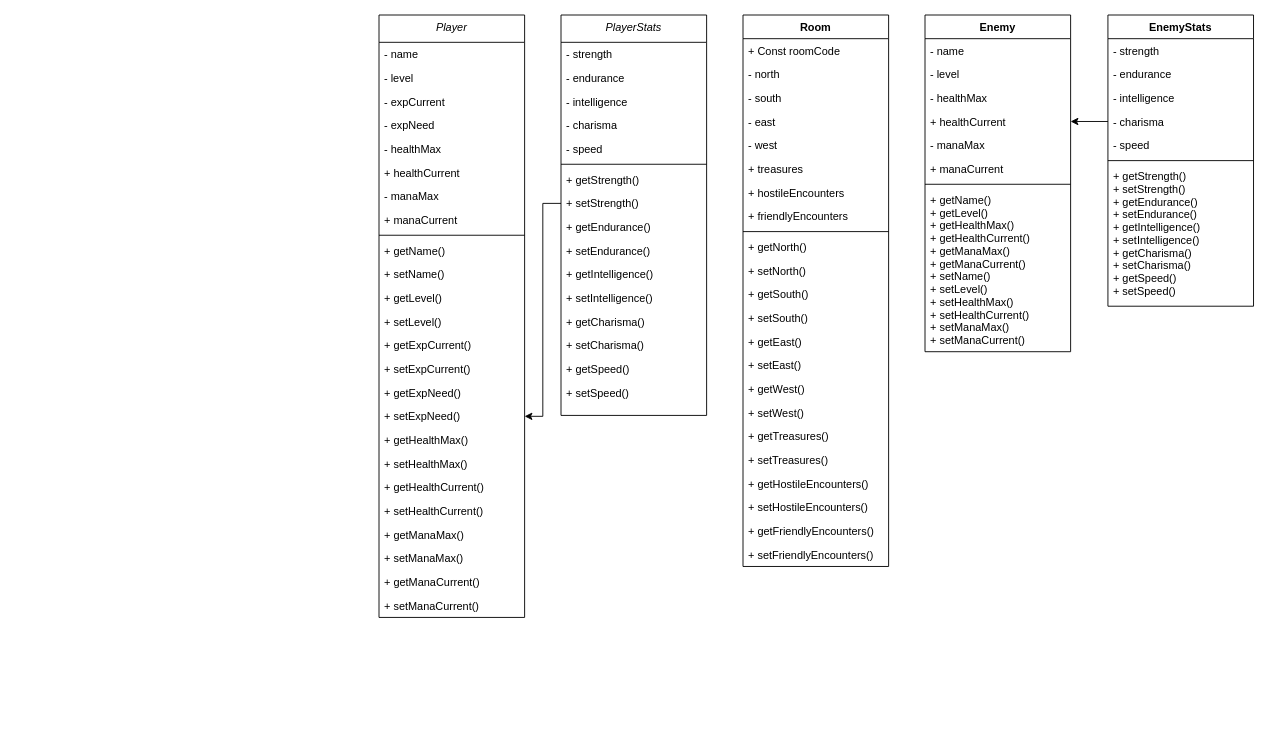
This is UML.drawio from chris-ac-malone/the-crucible-skull, a draw.io file, before an edit. Source tidied: cells renumbered, new cells numbered last; positions are measured from the earlier drawing's top-left corner, leaving out a move shared by most shapes. Both pictures are drawn from the tidied source at 91%, with x=0, y=0 at pixel (379, 15).
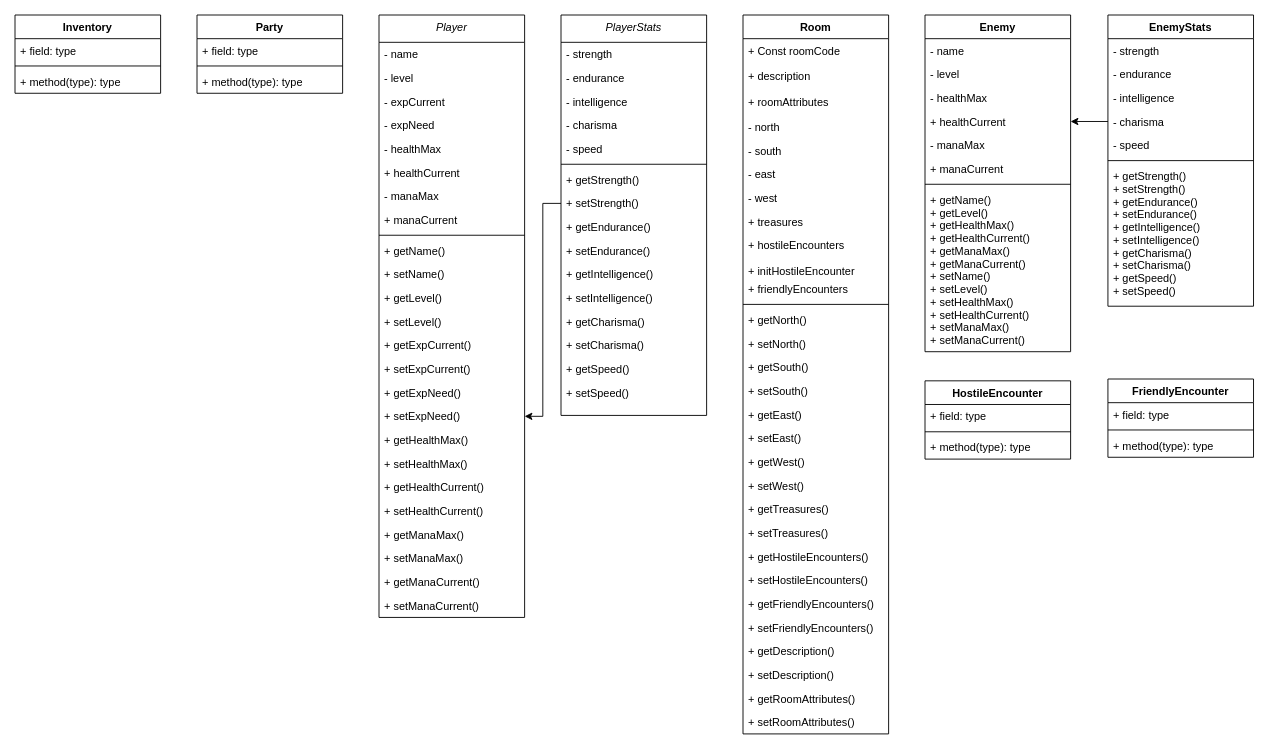
The same diagram, later.

Commit message:
Added encounter shells, inventory shell, etc

What changed in the source:
```diff
@@
     <mxCell id="4" value="Room" style="swimlane;fontStyle=1;align=center;verticalAlign=top;horizontal=1;startSize=26;" parent="1" vertex="1">
-      <mxGeometry x="400" width="160" height="606" as="geometry" />
+      <mxGeometry x="400" width="160" height="790" as="geometry" />
     </mxCell>
-    <mxCell id="5" value="+ Const roomCode" style="text;strokeColor=none;fillColor=none;align=left;verticalAlign=top;spacingLeft=4;spacingRight=4;overflow=hidden;" parent="4" vertex="1">
-      <mxGeometry y="26" width="160" height="26" as="geometry" />
+    <mxCell id="5" value="+ Const roomCode&#10;&#10;+ description&#10;&#10;+ roomAttributes" style="text;strokeColor=none;fillColor=none;align=left;verticalAlign=top;spacingLeft=4;spacingRight=4;overflow=hidden;labelBorderColor=none;" parent="4" vertex="1">
+      <mxGeometry y="26" width="160" height="84" as="geometry" />
     </mxCell>
     <mxCell id="6" value="- north" style="text;strokeColor=none;fillColor=none;align=left;verticalAlign=top;spacingLeft=4;spacingRight=4;overflow=hidden;" parent="4" vertex="1">
-      <mxGeometry y="52" width="160" height="26" as="geometry" />
+      <mxGeometry y="110" width="160" height="26" as="geometry" />
     </mxCell>
     <mxCell id="7" value="- south" style="text;strokeColor=none;fillColor=none;align=left;verticalAlign=top;spacingLeft=4;spacingRight=4;overflow=hidden;" parent="4" vertex="1">
-      <mxGeometry y="78" width="160" height="26" as="geometry" />
+      <mxGeometry y="136" width="160" height="26" as="geometry" />
     </mxCell>
     <mxCell id="8" value="- east" style="text;strokeColor=none;fillColor=none;align=left;verticalAlign=top;spacingLeft=4;spacingRight=4;overflow=hidden;" parent="4" vertex="1">
-      <mxGeometry y="104" width="160" height="26" as="geometry" />
+      <mxGeometry y="162" width="160" height="26" as="geometry" />
     </mxCell>
     <mxCell id="9" value="- west" style="text;strokeColor=none;fillColor=none;align=left;verticalAlign=top;spacingLeft=4;spacingRight=4;overflow=hidden;" parent="4" vertex="1">
-      <mxGeometry y="130" width="160" height="26" as="geometry" />
+      <mxGeometry y="188" width="160" height="26" as="geometry" />
     </mxCell>
     <mxCell id="10" value="+ treasures" style="text;strokeColor=none;fillColor=none;align=left;verticalAlign=top;spacingLeft=4;spacingRight=4;overflow=hidden;" parent="4" vertex="1">
-      <mxGeometry y="156" width="160" height="26" as="geometry" />
+      <mxGeometry y="214" width="160" height="26" as="geometry" />
     </mxCell>
-    <mxCell id="11" value="+ hostileEncounters" style="text;strokeColor=none;fillColor=none;align=left;verticalAlign=top;spacingLeft=4;spacingRight=4;overflow=hidden;" parent="4" vertex="1">
-      <mxGeometry y="182" width="160" height="26" as="geometry" />
+    <mxCell id="11" value="+ hostileEncounters&#10;&#10;+ initHostileEncounter" style="text;strokeColor=none;fillColor=none;align=left;verticalAlign=top;spacingLeft=4;spacingRight=4;overflow=hidden;" parent="4" vertex="1">
+      <mxGeometry y="240" width="160" height="48" as="geometry" />
     </mxCell>
     <mxCell id="12" value="+ friendlyEncounters" style="text;strokeColor=none;fillColor=none;align=left;verticalAlign=top;spacingLeft=4;spacingRight=4;overflow=hidden;" parent="4" vertex="1">
-      <mxGeometry y="208" width="160" height="26" as="geometry" />
+      <mxGeometry y="288" width="160" height="26" as="geometry" />
     </mxCell>
     <mxCell id="13" style="line;strokeWidth=1;fillColor=none;align=left;verticalAlign=middle;spacingTop=-1;spacingLeft=3;spacingRight=3;labelPosition=right;" parent="4" vertex="1">
-      <mxGeometry y="234" width="160" height="8" as="geometry" />
+      <mxGeometry y="314" width="160" height="8" as="geometry" />
     </mxCell>
     <mxCell id="14" value="+ getNorth()" style="text;strokeColor=none;fillColor=none;align=left;verticalAlign=top;spacingLeft=4;spacingRight=4;overflow=hidden;" parent="4" vertex="1">
-      <mxGeometry y="242" width="160" height="26" as="geometry" />
+      <mxGeometry y="322" width="160" height="26" as="geometry" />
     </mxCell>
     <mxCell id="15" value="+ setNorth()" style="text;strokeColor=none;fillColor=none;align=left;verticalAlign=top;spacingLeft=4;spacingRight=4;overflow=hidden;" parent="4" vertex="1">
-      <mxGeometry y="268" width="160" height="26" as="geometry" />
+      <mxGeometry y="348" width="160" height="26" as="geometry" />
     </mxCell>
     <mxCell id="16" value="+ getSouth()" style="text;strokeColor=none;fillColor=none;align=left;verticalAlign=top;spacingLeft=4;spacingRight=4;overflow=hidden;" parent="4" vertex="1">
-      <mxGeometry y="294" width="160" height="26" as="geometry" />
+      <mxGeometry y="374" width="160" height="26" as="geometry" />
     </mxCell>
     <mxCell id="17" value="+ setSouth()" style="text;strokeColor=none;fillColor=none;align=left;verticalAlign=top;spacingLeft=4;spacingRight=4;overflow=hidden;" parent="4" vertex="1">
-      <mxGeometry y="320" width="160" height="26" as="geometry" />
+      <mxGeometry y="400" width="160" height="26" as="geometry" />
     </mxCell>
     <mxCell id="18" value="+ getEast()" style="text;strokeColor=none;fillColor=none;align=left;verticalAlign=top;spacingLeft=4;spacingRight=4;overflow=hidden;" parent="4" vertex="1">
-      <mxGeometry y="346" width="160" height="26" as="geometry" />
+      <mxGeometry y="426" width="160" height="26" as="geometry" />
     </mxCell>
     <mxCell id="19" value="+ setEast()" style="text;strokeColor=none;fillColor=none;align=left;verticalAlign=top;spacingLeft=4;spacingRight=4;overflow=hidden;" parent="4" vertex="1">
-      <mxGeometry y="372" width="160" height="26" as="geometry" />
+      <mxGeometry y="452" width="160" height="26" as="geometry" />
     </mxCell>
     <mxCell id="20" value="+ getWest()" style="text;strokeColor=none;fillColor=none;align=left;verticalAlign=top;spacingLeft=4;spacingRight=4;overflow=hidden;" parent="4" vertex="1">
-      <mxGeometry y="398" width="160" height="26" as="geometry" />
+      <mxGeometry y="478" width="160" height="26" as="geometry" />
     </mxCell>
     <mxCell id="21" value="+ setWest()" style="text;strokeColor=none;fillColor=none;align=left;verticalAlign=top;spacingLeft=4;spacingRight=4;overflow=hidden;" parent="4" vertex="1">
-      <mxGeometry y="424" width="160" height="26" as="geometry" />
+      <mxGeometry y="504" width="160" height="26" as="geometry" />
     </mxCell>
     <mxCell id="22" value="+ getTreasures()" style="text;strokeColor=none;fillColor=none;align=left;verticalAlign=top;spacingLeft=4;spacingRight=4;overflow=hidden;" parent="4" vertex="1">
-      <mxGeometry y="450" width="160" height="26" as="geometry" />
+      <mxGeometry y="530" width="160" height="26" as="geometry" />
     </mxCell>
     <mxCell id="23" value="+ setTreasures()" style="text;strokeColor=none;fillColor=none;align=left;verticalAlign=top;spacingLeft=4;spacingRight=4;overflow=hidden;" parent="4" vertex="1">
-      <mxGeometry y="476" width="160" height="26" as="geometry" />
+      <mxGeometry y="556" width="160" height="26" as="geometry" />
     </mxCell>
     <mxCell id="24" value="+ getHostileEncounters()" style="text;strokeColor=none;fillColor=none;align=left;verticalAlign=top;spacingLeft=4;spacingRight=4;overflow=hidden;" parent="4" vertex="1">
-      <mxGeometry y="502" width="160" height="26" as="geometry" />
+      <mxGeometry y="582" width="160" height="26" as="geometry" />
     </mxCell>
     <mxCell id="25" value="+ setHostileEncounters()" style="text;strokeColor=none;fillColor=none;align=left;verticalAlign=top;spacingLeft=4;spacingRight=4;overflow=hidden;" parent="4" vertex="1">
-      <mxGeometry y="528" width="160" height="26" as="geometry" />
+      <mxGeometry y="608" width="160" height="26" as="geometry" />
     </mxCell>
     <mxCell id="26" value="+ getFriendlyEncounters()" style="text;strokeColor=none;fillColor=none;align=left;verticalAlign=top;spacingLeft=4;spacingRight=4;overflow=hidden;" parent="4" vertex="1">
-      <mxGeometry y="554" width="160" height="26" as="geometry" />
+      <mxGeometry y="634" width="160" height="26" as="geometry" />
     </mxCell>
     <mxCell id="27" value="+ setFriendlyEncounters()" style="text;strokeColor=none;fillColor=none;align=left;verticalAlign=top;spacingLeft=4;spacingRight=4;overflow=hidden;" parent="4" vertex="1">
-      <mxGeometry y="580" width="160" height="26" as="geometry" />
+      <mxGeometry y="660" width="160" height="26" as="geometry" />
     </mxCell>
+    <mxCell id="88" value="+ getDescription()" style="text;strokeColor=none;fillColor=none;align=left;verticalAlign=top;spacingLeft=4;spacingRight=4;overflow=hidden;" parent="4" vertex="1">
+      <mxGeometry y="686" width="160" height="26" as="geometry" />
+    </mxCell>
+    <mxCell id="89" value="+ setDescription()" style="text;strokeColor=none;fillColor=none;align=left;verticalAlign=top;spacingLeft=4;spacingRight=4;overflow=hidden;" parent="4" vertex="1">
+      <mxGeometry y="712" width="160" height="26" as="geometry" />
+    </mxCell>
+    <mxCell id="90" value="+ getRoomAttributes()" style="text;strokeColor=none;fillColor=none;align=left;verticalAlign=top;spacingLeft=4;spacingRight=4;overflow=hidden;" parent="4" vertex="1">
+      <mxGeometry y="738" width="160" height="26" as="geometry" />
+    </mxCell>
+    <mxCell id="91" value="+ setRoomAttributes()" style="text;strokeColor=none;fillColor=none;align=left;verticalAlign=top;spacingLeft=4;spacingRight=4;overflow=hidden;" parent="4" vertex="1">
+      <mxGeometry y="764" width="160" height="26" as="geometry" />
+    </mxCell>
@@
+    <mxCell id="92" value="HostileEncounter" style="swimlane;fontStyle=1;align=center;verticalAlign=top;horizontal=1;startSize=26;" parent="1" vertex="1">
+      <mxGeometry x="600" y="402" width="160" height="86" as="geometry" />
+    </mxCell>
+    <mxCell id="93" value="+ field: type" style="text;strokeColor=none;fillColor=none;align=left;verticalAlign=top;spacingLeft=4;spacingRight=4;overflow=hidden;" parent="92" vertex="1">
+      <mxGeometry y="26" width="160" height="26" as="geometry" />
+    </mxCell>
+    <mxCell id="94" style="line;strokeWidth=1;fillColor=none;align=left;verticalAlign=middle;spacingTop=-1;spacingLeft=3;spacingRight=3;labelPosition=right;" parent="92" vertex="1">
+      <mxGeometry y="52" width="160" height="8" as="geometry" />
+    </mxCell>
+    <mxCell id="95" value="+ method(type): type" style="text;strokeColor=none;fillColor=none;align=left;verticalAlign=top;spacingLeft=4;spacingRight=4;overflow=hidden;" parent="92" vertex="1">
+      <mxGeometry y="60" width="160" height="26" as="geometry" />
+    </mxCell>
+    <mxCell id="96" value="FriendlyEncounter" style="swimlane;fontStyle=1;align=center;verticalAlign=top;horizontal=1;startSize=26;" parent="1" vertex="1">
+      <mxGeometry x="801" y="400" width="160" height="86" as="geometry" />
+    </mxCell>
+    <mxCell id="97" value="+ field: type" style="text;strokeColor=none;fillColor=none;align=left;verticalAlign=top;spacingLeft=4;spacingRight=4;overflow=hidden;" parent="96" vertex="1">
+      <mxGeometry y="26" width="160" height="26" as="geometry" />
+    </mxCell>
+    <mxCell id="98" style="line;strokeWidth=1;fillColor=none;align=left;verticalAlign=middle;spacingTop=-1;spacingLeft=3;spacingRight=3;labelPosition=right;" parent="96" vertex="1">
+      <mxGeometry y="52" width="160" height="8" as="geometry" />
+    </mxCell>
+    <mxCell id="99" value="+ method(type): type" style="text;strokeColor=none;fillColor=none;align=left;verticalAlign=top;spacingLeft=4;spacingRight=4;overflow=hidden;" parent="96" vertex="1">
+      <mxGeometry y="60" width="160" height="26" as="geometry" />
+    </mxCell>
+    <mxCell id="100" value="Party" style="swimlane;fontStyle=1;align=center;verticalAlign=top;horizontal=1;startSize=26;" parent="1" vertex="1">
+      <mxGeometry x="-200" width="160" height="86" as="geometry" />
+    </mxCell>
+    <mxCell id="101" value="+ field: type" style="text;strokeColor=none;fillColor=none;align=left;verticalAlign=top;spacingLeft=4;spacingRight=4;overflow=hidden;" parent="100" vertex="1">
+      <mxGeometry y="26" width="160" height="26" as="geometry" />
+    </mxCell>
+    <mxCell id="102" style="line;strokeWidth=1;fillColor=none;align=left;verticalAlign=middle;spacingTop=-1;spacingLeft=3;spacingRight=3;labelPosition=right;" parent="100" vertex="1">
+      <mxGeometry y="52" width="160" height="8" as="geometry" />
+    </mxCell>
+    <mxCell id="103" value="+ method(type): type" style="text;strokeColor=none;fillColor=none;align=left;verticalAlign=top;spacingLeft=4;spacingRight=4;overflow=hidden;" parent="100" vertex="1">
+      <mxGeometry y="60" width="160" height="26" as="geometry" />
+    </mxCell>
+    <mxCell id="104" value="Inventory" style="swimlane;fontStyle=1;align=center;verticalAlign=top;horizontal=1;startSize=26;" parent="1" vertex="1">
+      <mxGeometry x="-400" width="160" height="86" as="geometry" />
+    </mxCell>
+    <mxCell id="105" value="+ field: type" style="text;strokeColor=none;fillColor=none;align=left;verticalAlign=top;spacingLeft=4;spacingRight=4;overflow=hidden;" parent="104" vertex="1">
+      <mxGeometry y="26" width="160" height="26" as="geometry" />
+    </mxCell>
+    <mxCell id="106" style="line;strokeWidth=1;fillColor=none;align=left;verticalAlign=middle;spacingTop=-1;spacingLeft=3;spacingRight=3;labelPosition=right;" parent="104" vertex="1">
+      <mxGeometry y="52" width="160" height="8" as="geometry" />
+    </mxCell>
+    <mxCell id="107" value="+ method(type): type" style="text;strokeColor=none;fillColor=none;align=left;verticalAlign=top;spacingLeft=4;spacingRight=4;overflow=hidden;" parent="104" vertex="1">
+      <mxGeometry y="60" width="160" height="26" as="geometry" />
+    </mxCell>
```
